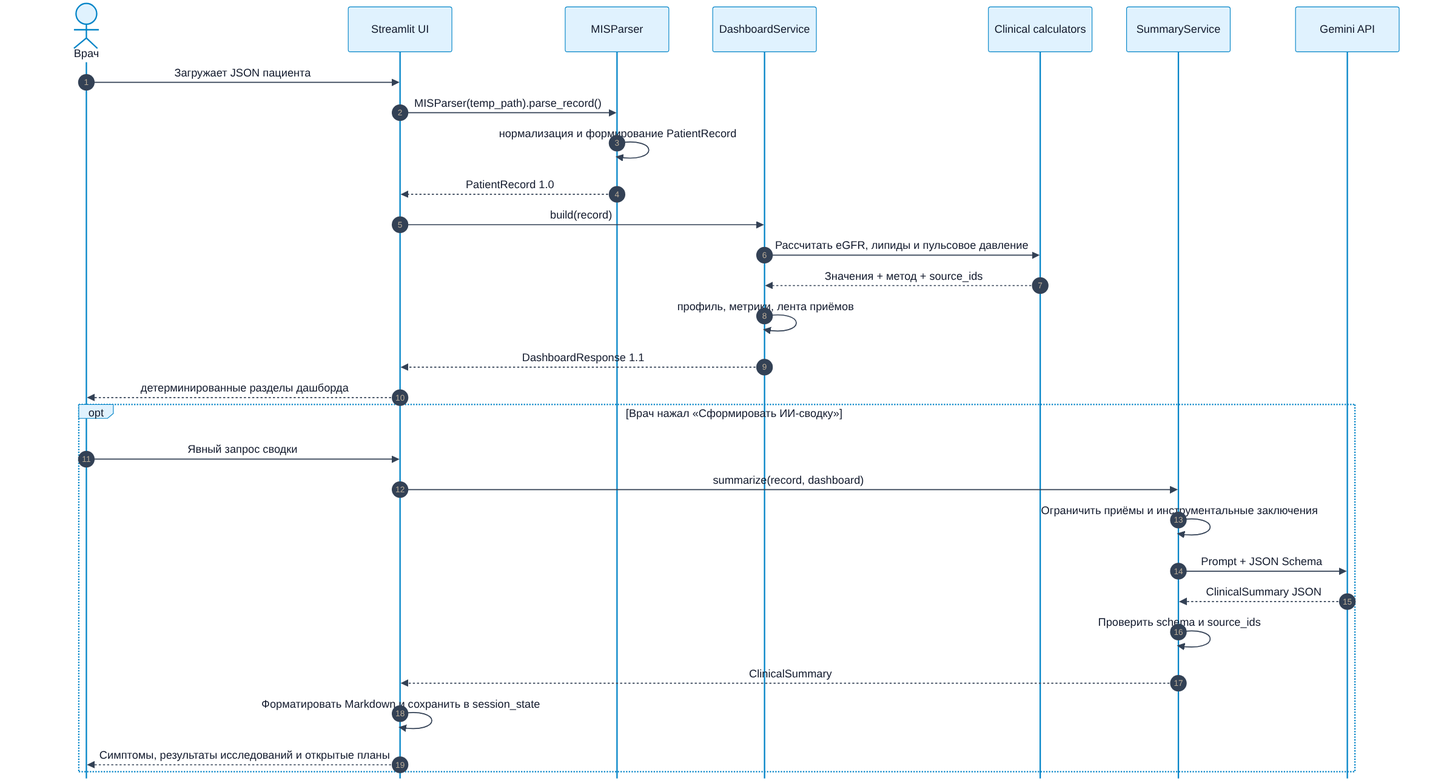
Above: docs/diagrams/rendered/processing-sequence.png in rsul07/MISDash (Mermaid), before the change. Its source is kept beside it as docs/diagrams/src/processing-sequence.mmd.
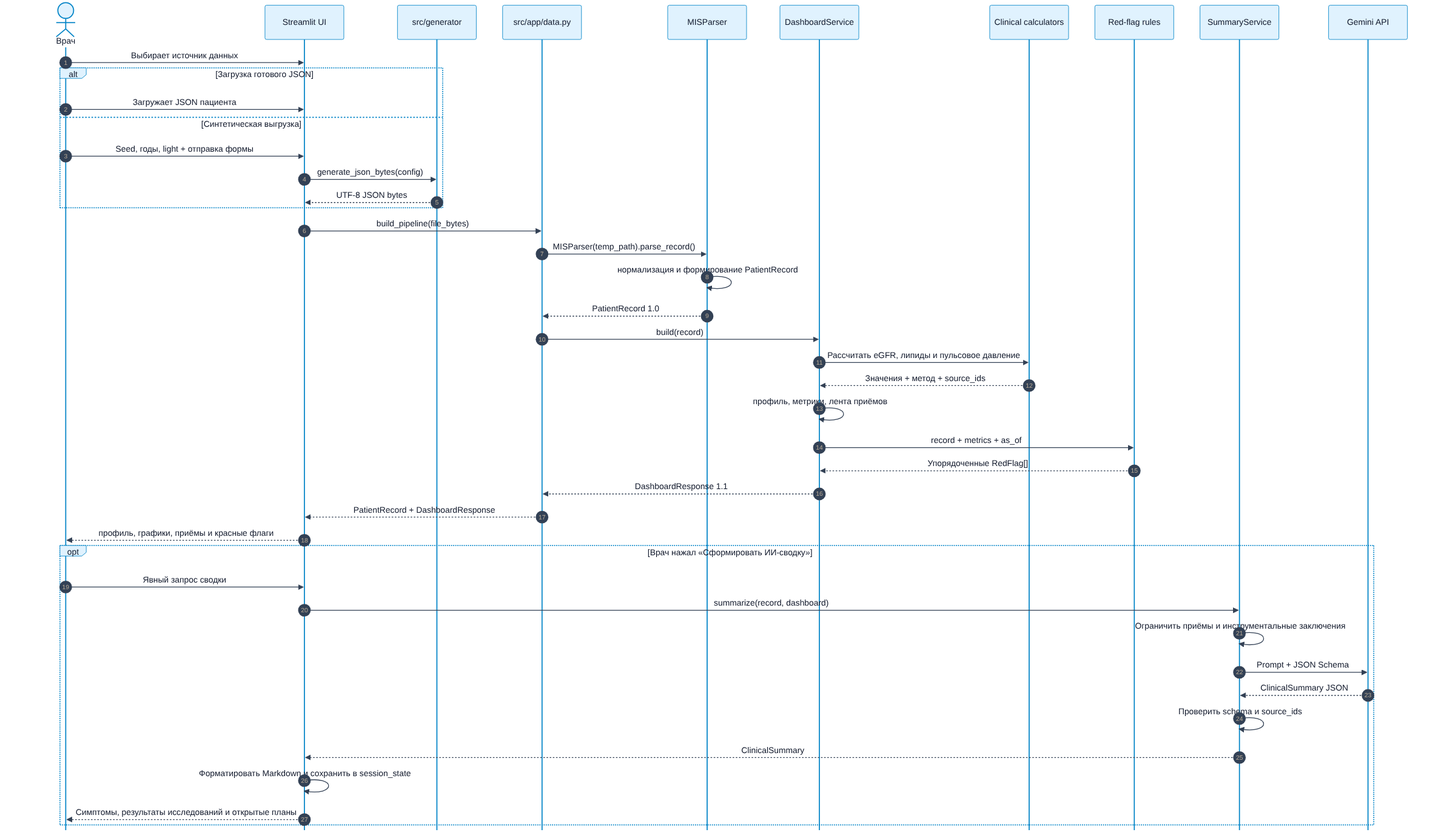
The same file after the commit.

What changed in the source:
```diff
@@ -2,22 +2,37 @@
     autonumber
     actor Doctor as Врач
     participant UI as Streamlit UI
+    participant Generator as src/generator
+    participant Pipeline as src/app/data.py
     participant Parser as MISParser
     participant Backend as DashboardService
     participant Calc as Clinical calculators
+    participant Rules as Red-flag rules
     participant Summary as SummaryService
     participant Gemini as Gemini API
 
-    Doctor->>UI: Загружает JSON пациента
-    UI->>Parser: MISParser(temp_path).parse_record()
+    Doctor->>UI: Выбирает источник данных
+    alt Загрузка готового JSON
+        Doctor->>UI: Загружает JSON пациента
+    else Синтетическая выгрузка
+        Doctor->>UI: Seed, годы, light + отправка формы
+        UI->>Generator: generate_json_bytes(config)
+        Generator-->>UI: UTF-8 JSON bytes
+    end
+
+    UI->>Pipeline: build_pipeline(file_bytes)
+    Pipeline->>Parser: MISParser(temp_path).parse_record()
     Parser->>Parser: нормализация и формирование PatientRecord
-    Parser-->>UI: PatientRecord 1.0
-    UI->>Backend: build(record)
+    Parser-->>Pipeline: PatientRecord 1.0
+    Pipeline->>Backend: build(record)
     Backend->>Calc: Рассчитать eGFR, липиды и пульсовое давление
     Calc-->>Backend: Значения + метод + source_ids
     Backend->>Backend: профиль, метрики, лента приёмов
-    Backend-->>UI: DashboardResponse 1.1
-    UI-->>Doctor: детерминированные разделы дашборда
+    Backend->>Rules: record + metrics + as_of
+    Rules-->>Backend: Упорядоченные RedFlag[]
+    Backend-->>Pipeline: DashboardResponse 1.1
+    Pipeline-->>UI: PatientRecord + DashboardResponse
+    UI-->>Doctor: профиль, графики, приёмы и красные флаги
 
     opt Врач нажал «Сформировать ИИ-сводку»
         Doctor->>UI: Явный запрос сводки
```
